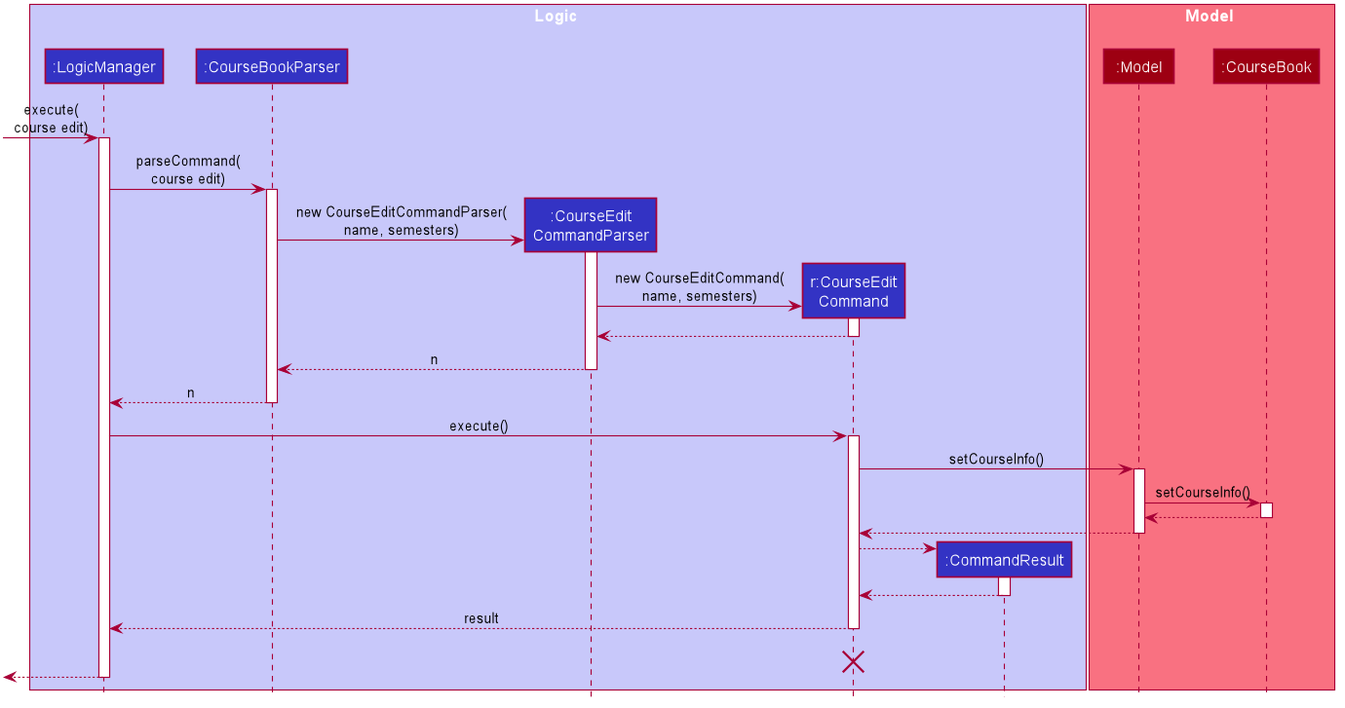
This is docs/images/developer-guide/CourseEditSequenceDiagram.png from yjskrs/main, a PlantUML export, as it was before one commit.
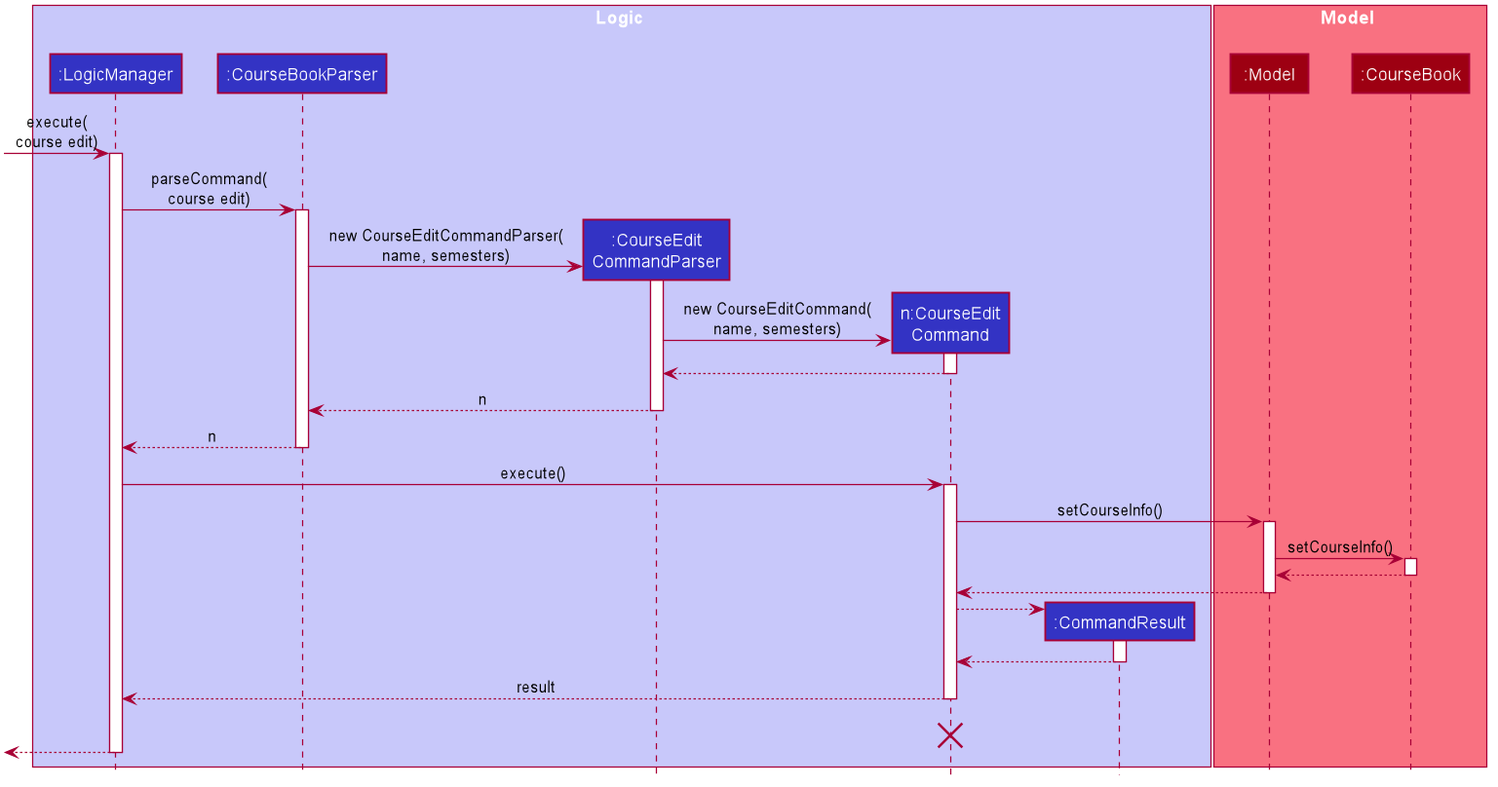
The same diagram one commit later.

The edit, as a diff of the source:
```diff
@@ -54,7 +54,7 @@
 participant ":LogicManager" as LogicManager #3333C4
 participant ":CourseBookParser" as CourseBookParser #3333C4
 participant ":CourseEdit\nCommandParser" as CourseEditCommandParser #3333C4
-participant "r:CourseEdit\nCommand" as CourseEditCommand #3333C4
+participant "n:CourseEdit\nCommand" as CourseEditCommand #3333C4
 participant ":CommandResult" as CommandResult #3333C4
 end box
 
```
